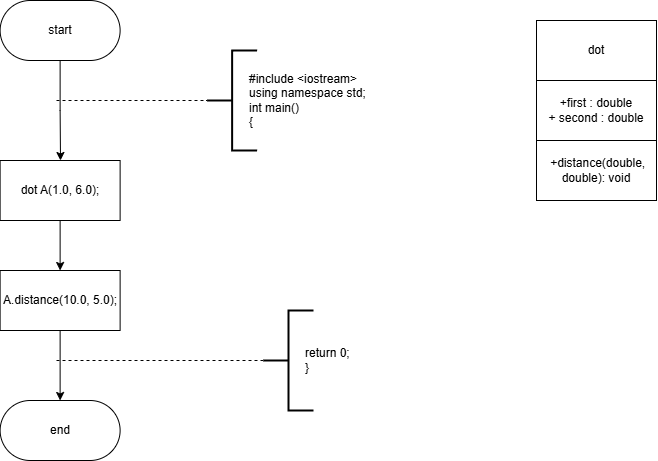
Above: Sem_2/Classes/class_1/class_1.png in hivaily/Labs_PSTU_2024 (draw.io), before the change. Source tidied: cells renumbered, new cells last; positions are measured from the earlier drawing's top-left corner, leaving out a move shared by most shapes. The source it was exported from:
```xml
<mxGraphModel>
  <root>
    <mxCell id="0" />
    <mxCell id="1" parent="0" />
    <mxCell id="2" style="edgeStyle=orthogonalEdgeStyle;rounded=0;jettySize=auto;html=1;" parent="1" edge="1" source="3">
      <mxGeometry relative="1" as="geometry">
        <mxPoint x="60" y="160" as="targetPoint" />
      </mxGeometry>
    </mxCell>
    <mxCell id="3" value="start" style="rounded=1;whiteSpace=wrap;html=1;arcSize=50;" parent="1" vertex="1">
      <mxGeometry x="-0.4" width="120" height="60" as="geometry" />
    </mxCell>
    <mxCell id="4" style="endArrow=none;dashed=1;html=1;rounded=0;entryX=0;entryY=0.5;entryDx=0;entryDy=0;entryPerimeter=0;" parent="1" edge="1" target="6">
      <mxGeometry relative="1" as="geometry">
        <mxPoint x="56" y="100" as="sourcePoint" />
      </mxGeometry>
    </mxCell>
    <mxCell id="5" value="#include &amp;lt;iostream&amp;gt;&lt;div&gt;using namespace std;&lt;/div&gt;&lt;div&gt;int main()&lt;/div&gt;&lt;div&gt;{&lt;/div&gt;" style="text;html=1;align=left;verticalAlign=middle;whiteSpace=wrap;rounded=0;" parent="1" vertex="1">
      <mxGeometry x="246.6" y="70" width="130" height="60" as="geometry" />
    </mxCell>
    <mxCell id="6" style="strokeWidth=2;html=1;shape=mxgraph.flowchart.annotation_2;align=left;labelPosition=right;" parent="1" vertex="1">
      <mxGeometry x="206.6" y="50" width="50" height="100" as="geometry" />
    </mxCell>
    <mxCell id="7" style="edgeStyle=orthogonalEdgeStyle;rounded=0;jettySize=auto;html=1;entryX=0.5;entryY=0;entryDx=0;entryDy=0;" parent="1" edge="1" source="8" target="10">
      <mxGeometry relative="1" as="geometry" />
    </mxCell>
    <mxCell id="8" value="dot A(1.0, 6.0);" style="rounded=0;whiteSpace=wrap;html=1;" parent="1" vertex="1">
      <mxGeometry x="-0.4" y="160" width="120" height="60" as="geometry" />
    </mxCell>
    <mxCell id="9" style="edgeStyle=orthogonalEdgeStyle;rounded=0;jettySize=auto;html=1;entryX=0.5;entryY=0;entryDx=0;entryDy=0;" parent="1" edge="1" source="10" target="11">
      <mxGeometry relative="1" as="geometry" />
    </mxCell>
    <mxCell id="10" value="A.distance(10.0, 5.0);" style="rounded=0;whiteSpace=wrap;html=1;" parent="1" vertex="1">
      <mxGeometry x="-0.4" y="270" width="120" height="60" as="geometry" />
    </mxCell>
    <mxCell id="11" value="end" style="rounded=1;whiteSpace=wrap;html=1;arcSize=50;" parent="1" vertex="1">
      <mxGeometry x="-0.4" y="400" width="120" height="60" as="geometry" />
    </mxCell>
    <mxCell id="12" style="endArrow=none;dashed=1;html=1;rounded=0;" parent="1" edge="1">
      <mxGeometry relative="1" as="geometry">
        <mxPoint x="56" y="360" as="sourcePoint" />
        <mxPoint x="263" y="360" as="targetPoint" />
      </mxGeometry>
    </mxCell>
    <mxCell id="13" value="return 0;&lt;div&gt;}&lt;/div&gt;" style="text;html=1;align=left;verticalAlign=middle;whiteSpace=wrap;rounded=0;" parent="1" vertex="1">
      <mxGeometry x="303" y="345" width="60" height="30" as="geometry" />
    </mxCell>
    <mxCell id="14" style="strokeWidth=2;html=1;shape=mxgraph.flowchart.annotation_2;align=left;labelPosition=right;" parent="1" vertex="1">
      <mxGeometry x="263" y="310" width="50" height="100" as="geometry" />
    </mxCell>
    <mxCell id="15" value="dot" style="rounded=0;whiteSpace=wrap;html=1;" parent="1" vertex="1">
      <mxGeometry x="536" y="20" width="120" height="60" as="geometry" />
    </mxCell>
    <mxCell id="16" value="+first : double&lt;div&gt;+ second : double&lt;/div&gt;" style="rounded=0;whiteSpace=wrap;html=1;" parent="1" vertex="1">
      <mxGeometry x="536" y="80" width="120" height="60" as="geometry" />
    </mxCell>
    <mxCell id="17" value="&lt;div&gt;&amp;nbsp;&lt;span style=&quot;background-color: transparent; color: light-dark(rgb(0, 0, 0), rgb(255, 255, 255));&quot;&gt;+distance(double, double): void&lt;/span&gt;&lt;/div&gt;" style="rounded=0;whiteSpace=wrap;html=1;" parent="1" vertex="1">
      <mxGeometry x="536" y="140" width="120" height="60" as="geometry" />
    </mxCell>
  </root>
</mxGraphModel>
```
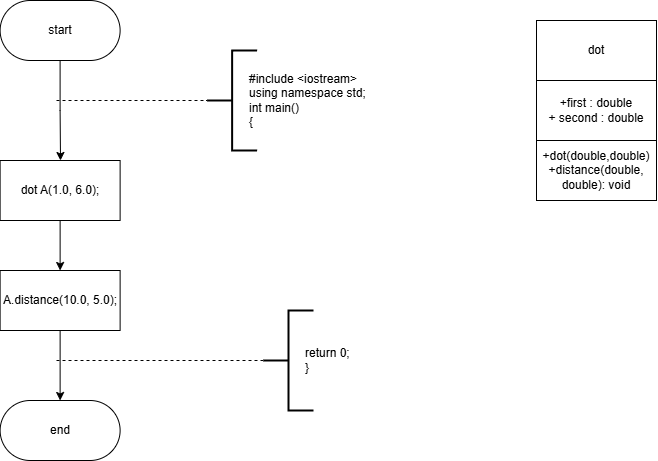
Above is the later version.

Change to the diagram source:
```diff
@@ -54,7 +54,7 @@
     <mxCell id="16" value="+first : double&lt;div&gt;+ second : double&lt;/div&gt;" style="rounded=0;whiteSpace=wrap;html=1;" parent="1" vertex="1">
       <mxGeometry x="536" y="80" width="120" height="60" as="geometry" />
     </mxCell>
-    <mxCell id="17" value="&lt;div&gt;&amp;nbsp;&lt;span style=&quot;background-color: transparent; color: light-dark(rgb(0, 0, 0), rgb(255, 255, 255));&quot;&gt;+distance(double, double): void&lt;/span&gt;&lt;/div&gt;" style="rounded=0;whiteSpace=wrap;html=1;" parent="1" vertex="1">
+    <mxCell id="17" value="&lt;div&gt;&lt;span style=&quot;background-color: transparent; color: light-dark(rgb(0, 0, 0), rgb(255, 255, 255));&quot;&gt;+dot(double,double)&lt;br&gt;+distance(double, double): void&lt;/span&gt;&lt;/div&gt;" style="rounded=0;whiteSpace=wrap;html=1;" parent="1" vertex="1">
       <mxGeometry x="536" y="140" width="120" height="60" as="geometry" />
     </mxCell>
   </root>
```
